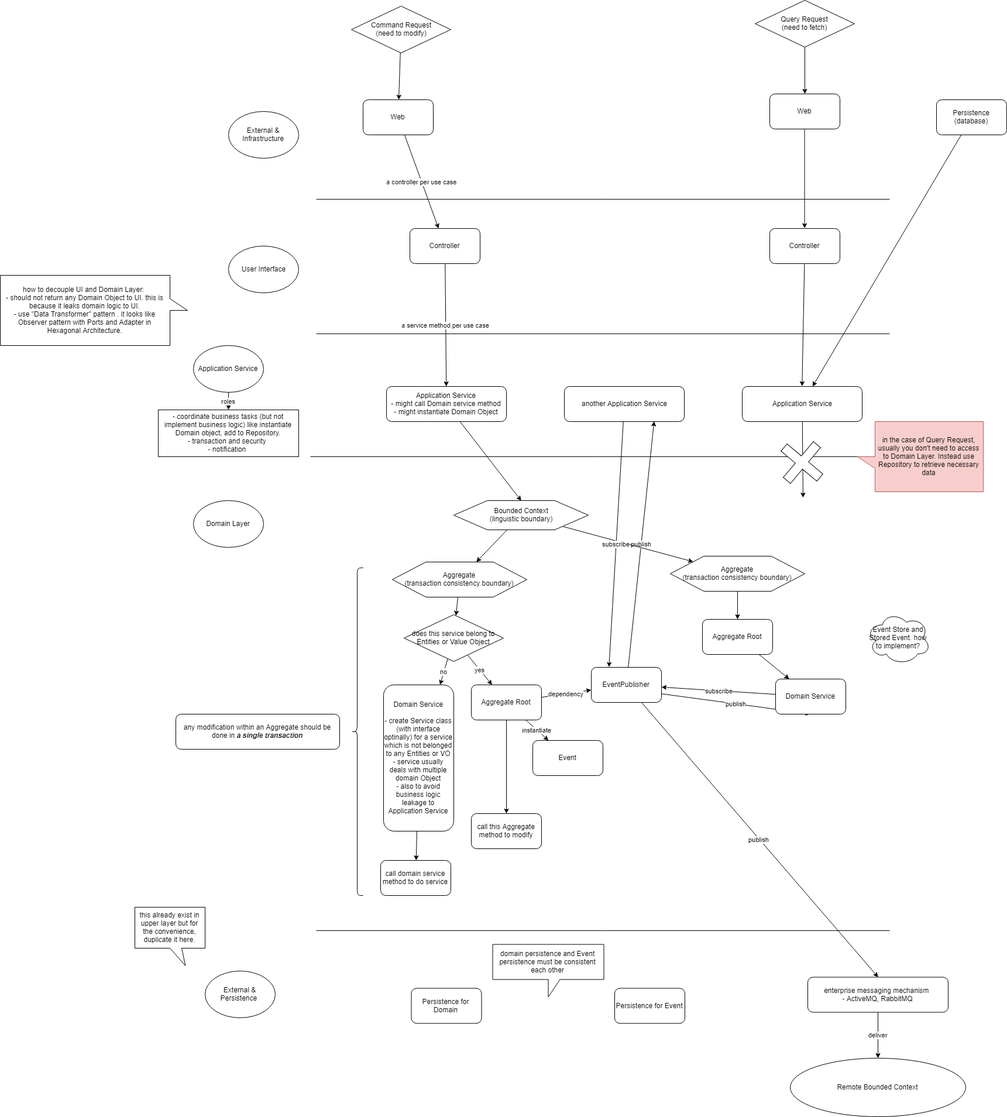
This is ddd_flow.PNG from stsiwo/ddd_concept, a draw.io export, as it was before one commit. Source tidied: cells renumbered, new cells last; positions are measured from the earlier drawing's top-left corner, leaving out a move shared by most shapes.
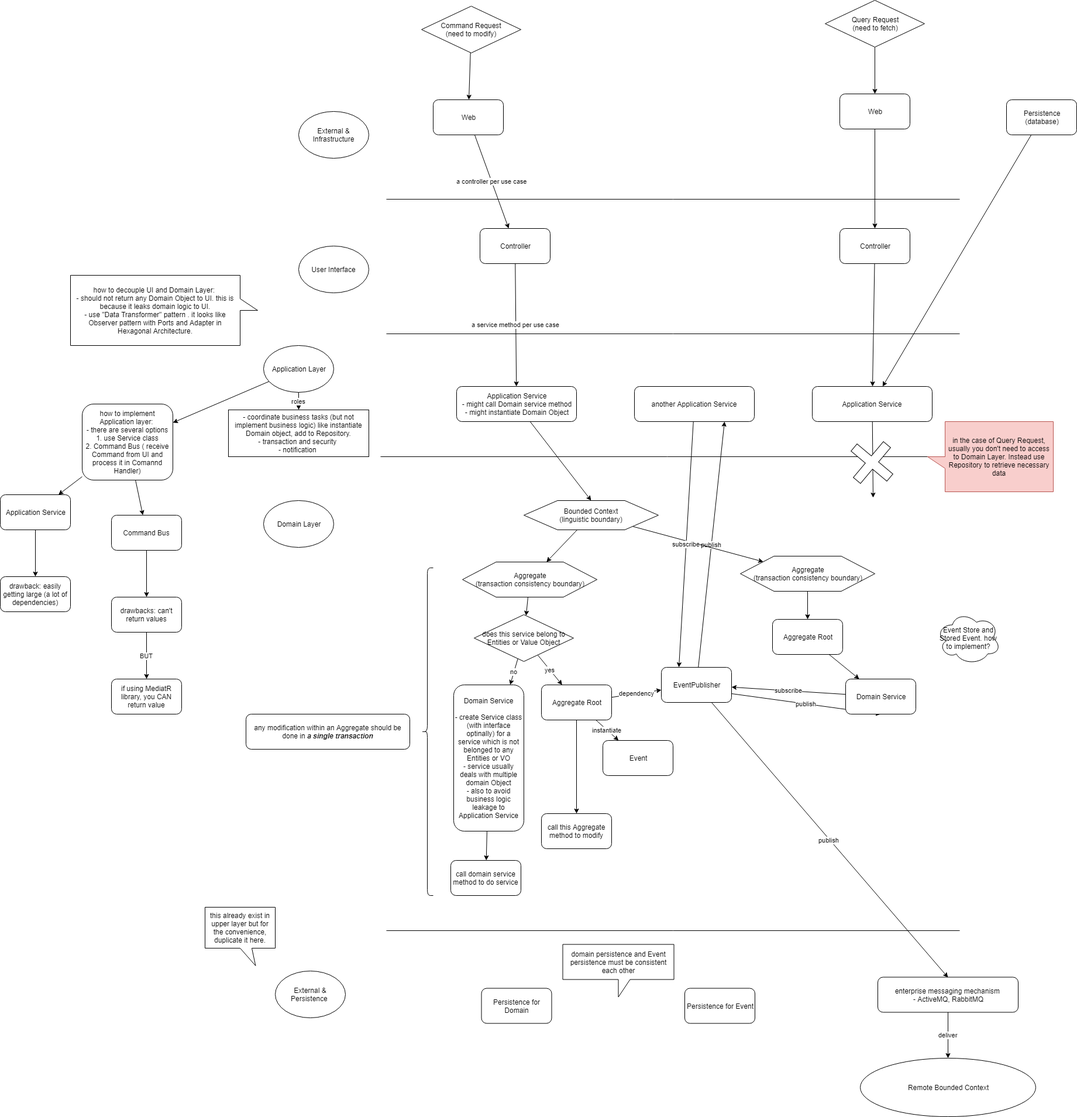
The same file after the commit.

Change to the diagram source:
```diff
@@ -23,7 +23,10 @@
     <mxCell id="6" value="roles" style="edgeStyle=none;rounded=0;jettySize=auto;html=1;" parent="1" edge="1" source="7" target="32">
       <mxGeometry relative="1" as="geometry" />
     </mxCell>
+    <mxCell id="74" style="rounded=0;jettySize=auto;html=1;" parent="1" edge="1" source="7" target="77">
+      <mxGeometry relative="1" as="geometry" />
+    </mxCell>
-    <mxCell id="7" value="Application Service" style="ellipse;whiteSpace=wrap;html=1;" parent="1" vertex="1">
+    <mxCell id="7" value="Application Layer" style="ellipse;whiteSpace=wrap;html=1;" parent="1" vertex="1">
       <mxGeometry x="330" y="590" width="120" height="80" as="geometry" />
     </mxCell>
     <mxCell id="8" style="endArrow=none;html=1;" parent="1" edge="1">
@@ -232,5 +235,38 @@
     <mxCell id="73" value="how to decouple UI and Domain Layer:&amp;nbsp;&lt;br&gt;- should not return any Domain Object to UI. this is because it leaks domain logic to UI.&lt;br&gt;- use &quot;Data Transformer&quot; pattern . it looks like Observer pattern with Ports and Adapter in Hexagonal Architecture.&lt;br&gt;" style="shape=callout;whiteSpace=wrap;html=1;perimeter=calloutPerimeter;direction=north;" parent="1" vertex="1">
       <mxGeometry y="470" width="320" height="120" as="geometry" />
     </mxCell>
+    <mxCell id="75" style="edgeStyle=none;rounded=0;jettySize=auto;html=1;" parent="1" edge="1" source="77" target="79">
+      <mxGeometry relative="1" as="geometry" />
+    </mxCell>
+    <mxCell id="76" style="edgeStyle=none;rounded=0;jettySize=auto;html=1;" parent="1" edge="1" source="77" target="82">
+      <mxGeometry relative="1" as="geometry" />
+    </mxCell>
+    <mxCell id="77" value="&lt;span&gt;how to implement Application layer:&amp;nbsp;&lt;/span&gt;&lt;br&gt;&lt;span&gt;- there are several options&lt;/span&gt;&lt;br&gt;&lt;span&gt;1. use Service class&lt;/span&gt;&lt;br&gt;&lt;span&gt;2. Command Bus ( receive Command from UI and process it in Comannd Handler)&lt;/span&gt;" style="rounded=1;whiteSpace=wrap;html=1;" parent="1" vertex="1">
+      <mxGeometry x="20" y="690" width="155" height="130" as="geometry" />
+    </mxCell>
+    <mxCell id="78" style="edgeStyle=none;rounded=0;jettySize=auto;html=1;" parent="1" edge="1" source="79" target="80">
+      <mxGeometry relative="1" as="geometry" />
+    </mxCell>
+    <mxCell id="79" value="Application Service" style="rounded=1;whiteSpace=wrap;html=1;" parent="1" vertex="1">
+      <mxGeometry x="-120" y="845" width="120" height="60" as="geometry" />
+    </mxCell>
+    <mxCell id="80" value="drawback: easily getting large (a lot of dependencies)" style="rounded=1;whiteSpace=wrap;html=1;" parent="1" vertex="1">
+      <mxGeometry x="-120" y="985" width="120" height="60" as="geometry" />
+    </mxCell>
+    <mxCell id="81" style="edgeStyle=none;rounded=0;jettySize=auto;html=1;" parent="1" edge="1" source="82" target="84">
+      <mxGeometry relative="1" as="geometry" />
+    </mxCell>
+    <mxCell id="82" value="Command Bus" style="rounded=1;whiteSpace=wrap;html=1;" parent="1" vertex="1">
+      <mxGeometry x="70" y="880" width="120" height="60" as="geometry" />
+    </mxCell>
+    <mxCell id="83" value="BUT" style="edgeStyle=none;rounded=0;jettySize=auto;html=1;" parent="1" edge="1" source="84" target="85">
+      <mxGeometry relative="1" as="geometry" />
+    </mxCell>
+    <mxCell id="84" value="drawbacks: can't return values" style="rounded=1;whiteSpace=wrap;html=1;" parent="1" vertex="1">
+      <mxGeometry x="70" y="1020" width="120" height="60" as="geometry" />
+    </mxCell>
+    <mxCell id="85" value="if using MediatR library, you CAN return value" style="rounded=1;whiteSpace=wrap;html=1;" parent="1" vertex="1">
+      <mxGeometry x="70" y="1160" width="120" height="60" as="geometry" />
+    </mxCell>
   </root>
 </mxGraphModel>
```
